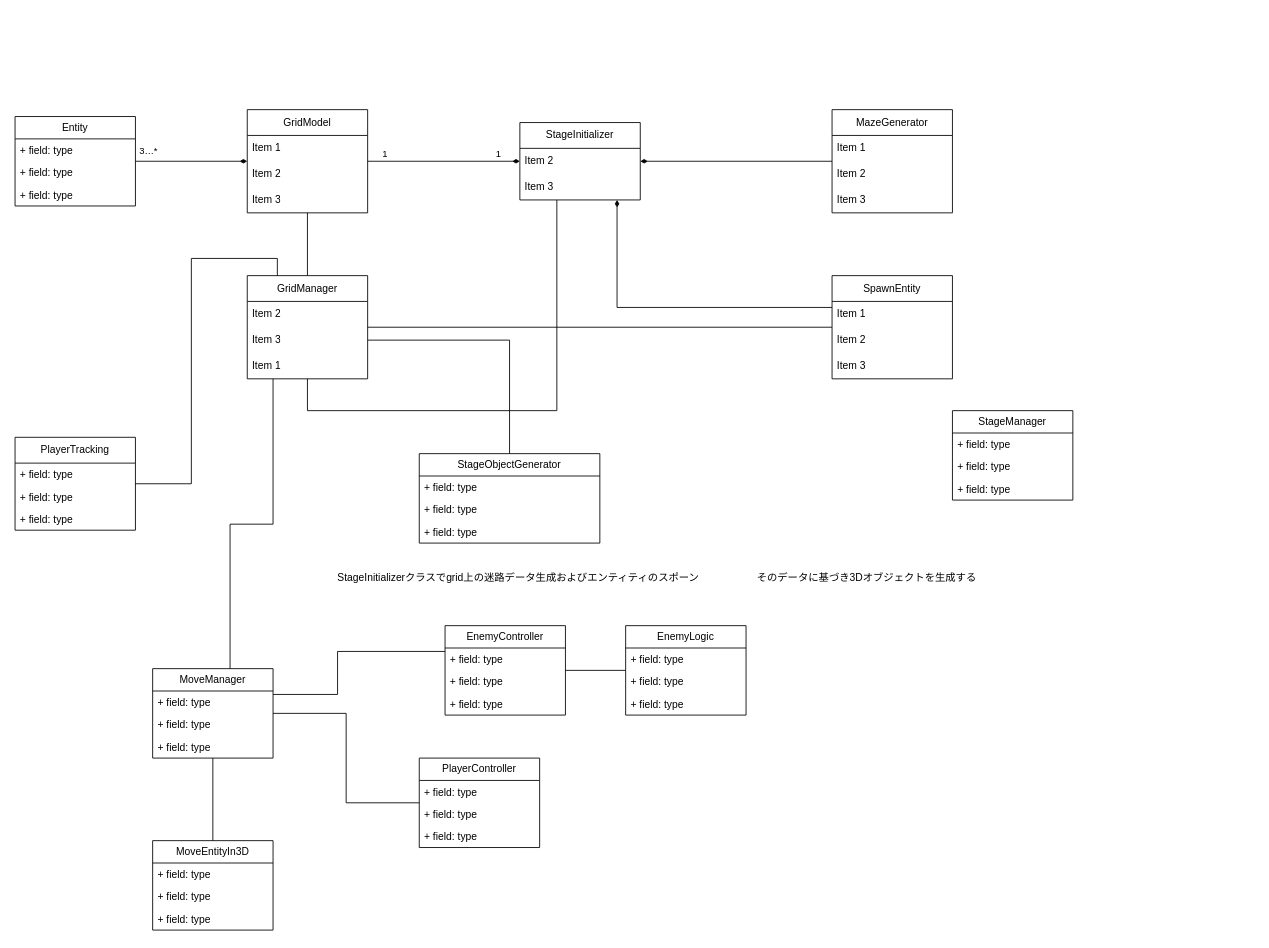
Above: MazeGame_CD.drawio in cat-yyy/myportfolio (draw.io), before the change. Source tidied: cells renumbered, new cells numbered last; positions are measured from the earlier drawing's top-left corner, leaving out a move shared by most shapes. Both pictures are drawn from the tidied source at 86%, with x=0, y=0 at pixel (15, 109).
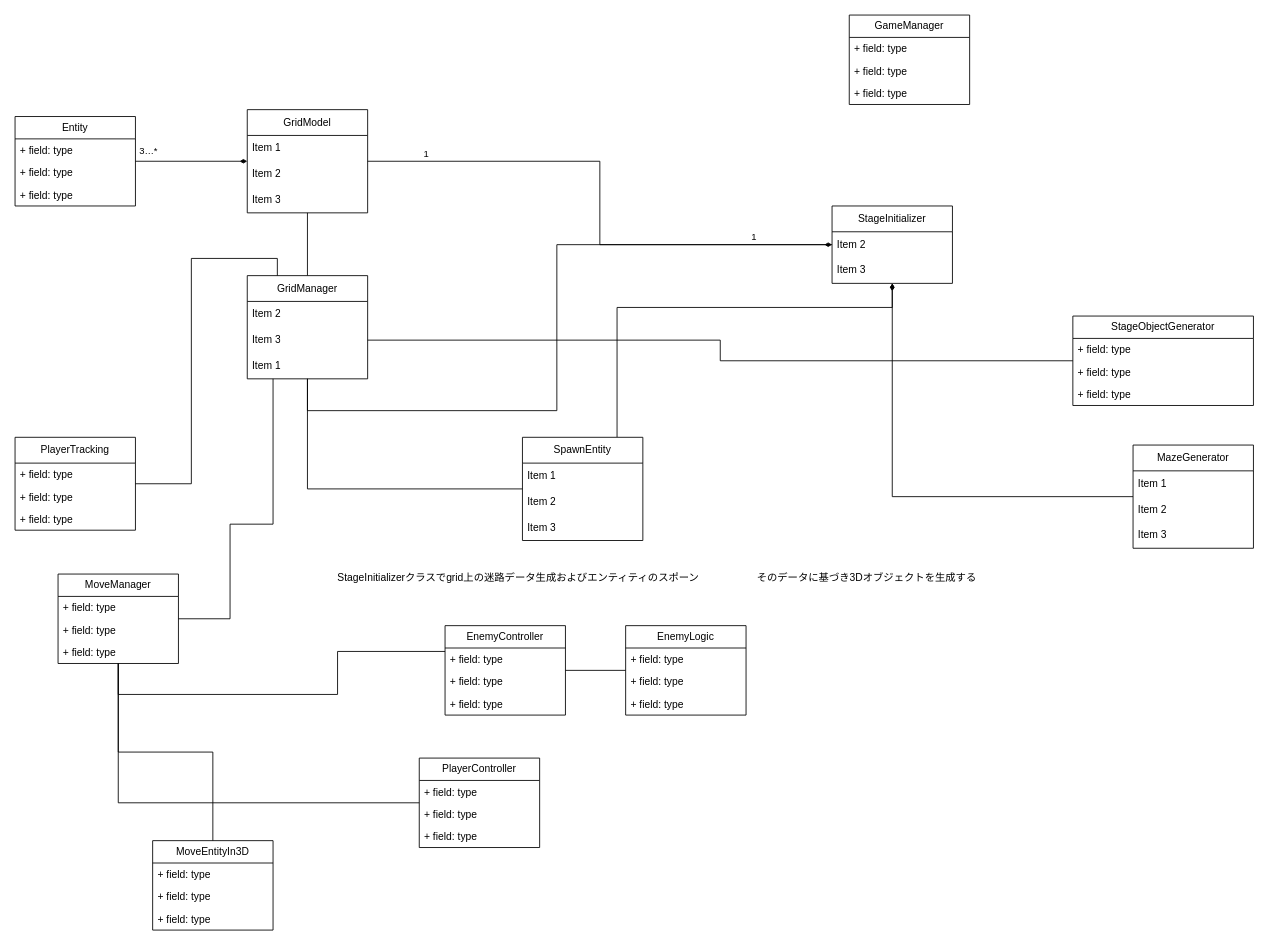
The same page after the edit.

Commit message:
MazeGame_CD.drawio を更新します

The edit, as a diff of the source:
```diff
@@
     <mxCell id="15" value="StageInitializer" style="swimlane;fontStyle=0;horizontal=1;startSize=30;whiteSpace=wrap;html=1;" parent="1" vertex="1">
-      <mxGeometry x="587" y="15" width="140" height="90" as="geometry" />
+      <mxGeometry x="950" y="112" width="140" height="90" as="geometry" />
     </mxCell>
@@
     <mxCell id="19" value="MazeGenerator" style="swimlane;fontStyle=0;horizontal=1;startSize=30;whiteSpace=wrap;html=1;" parent="1" vertex="1">
-      <mxGeometry x="950" width="140" height="120" as="geometry" />
+      <mxGeometry x="1300" y="390" width="140" height="120" as="geometry" />
     </mxCell>
@@
     <mxCell id="25" value="SpawnEntity" style="swimlane;fontStyle=0;horizontal=1;startSize=30;whiteSpace=wrap;html=1;" parent="1" vertex="1">
-      <mxGeometry x="950" y="193" width="140" height="120" as="geometry" />
+      <mxGeometry x="590" y="381" width="140" height="120" as="geometry" />
     </mxCell>
@@
-    <mxCell id="35" value="StageManager" style="swimlane;fontStyle=0;horizontal=1;startSize=26;fillColor=none;whiteSpace=wrap;html=1;" parent="1" vertex="1">
-      <mxGeometry x="1090" y="350" width="140" height="104" as="geometry" />
+    <mxCell id="35" value="GameManager" style="swimlane;fontStyle=0;horizontal=1;startSize=26;fillColor=none;whiteSpace=wrap;html=1;" parent="1" vertex="1">
+      <mxGeometry x="970" y="-110" width="140" height="104" as="geometry" />
     </mxCell>
@@
     <mxCell id="41" value="StageObjectGenerator" style="swimlane;fontStyle=0;horizontal=1;startSize=26;fillColor=none;whiteSpace=wrap;html=1;" parent="1" vertex="1">
-      <mxGeometry x="470" y="400" width="210" height="104" as="geometry" />
+      <mxGeometry x="1230" y="240" width="210" height="104" as="geometry" />
     </mxCell>
@@
     <mxCell id="52" value="MoveManager" style="swimlane;fontStyle=0;horizontal=1;startSize=26;fillColor=none;whiteSpace=wrap;html=1;" parent="1" vertex="1">
-      <mxGeometry x="160" y="650" width="140" height="104" as="geometry" />
+      <mxGeometry x="50" y="540" width="140" height="104" as="geometry" />
     </mxCell>
```
